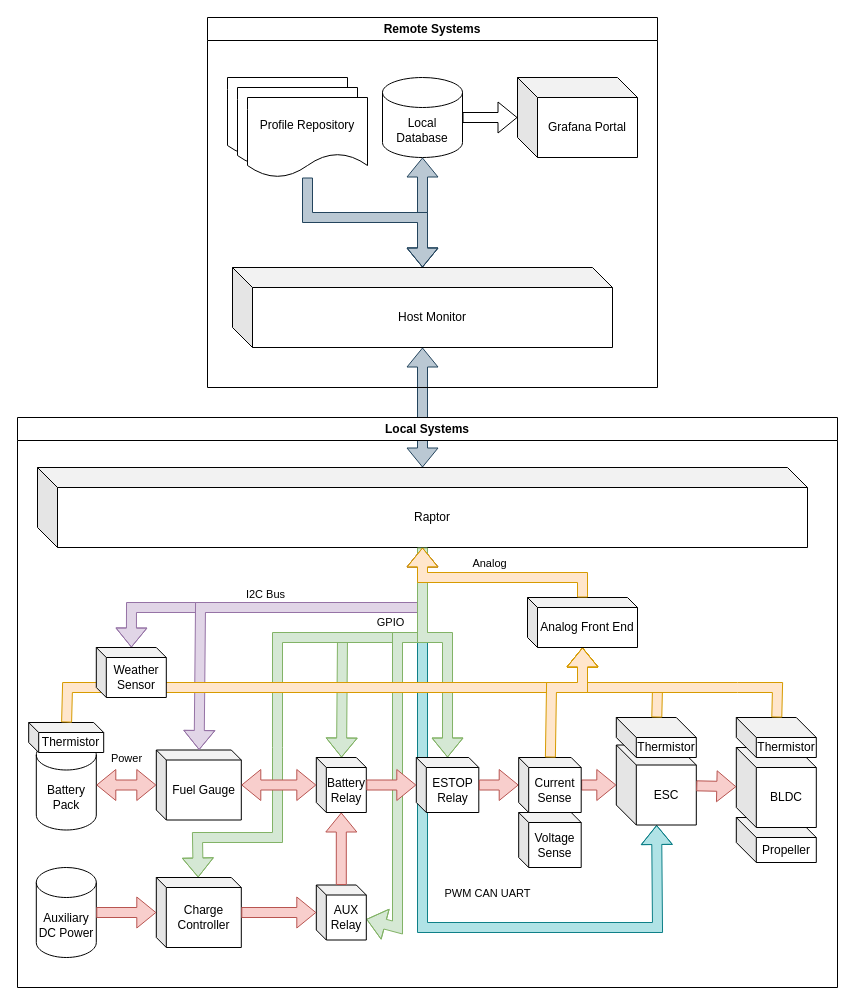
The draw.io diagram page "ページ2" (2 of 2) of raptor/v1/Topology.drawio in dronectl/ddd, before the edit. Source tidied: cells renumbered, new cells numbered last; positions are measured from the earlier drawing's top-left corner, leaving out a move shared by most shapes. Both pictures are drawn from the tidied source at 100%, with x=0, y=0 at pixel (17, 17).
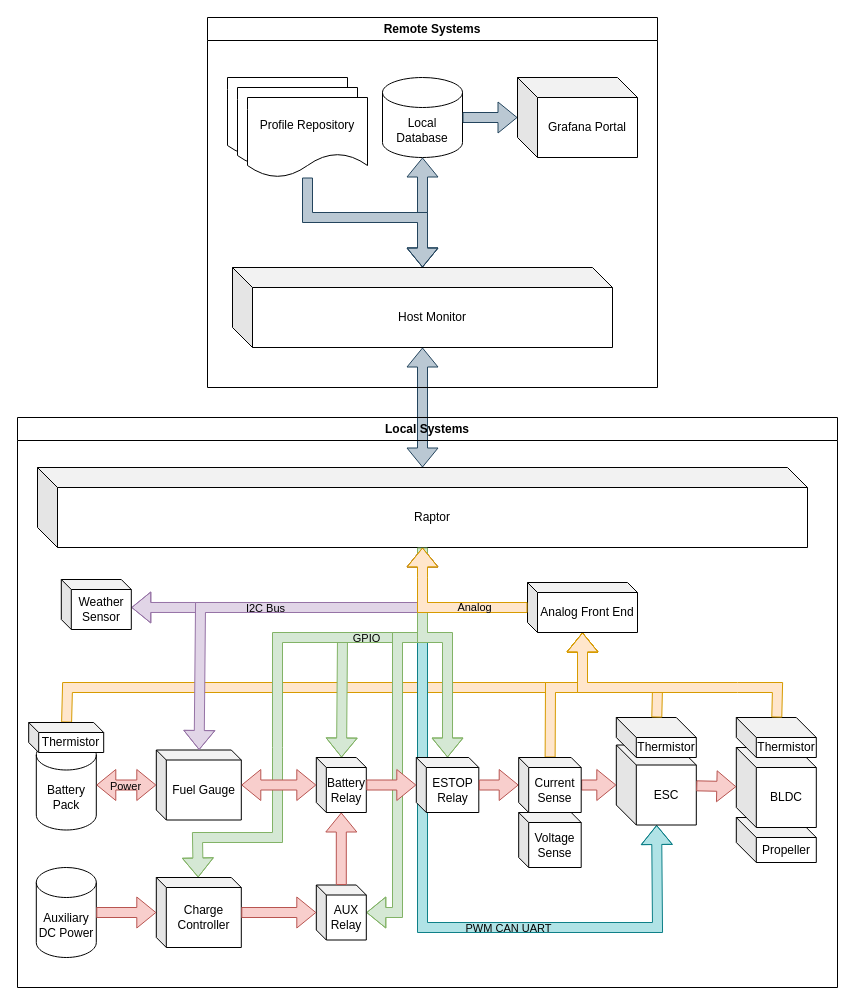
Above is the later version.

The change refers to these unchanged cells:
```xml
<mxCell id="6" style="shape=flexArrow;endArrow=classic;html=1;rounded=0;fillColor=#d5e8d4;strokeColor=#82b366;" parent="3" edge="1" source="10" target="16">
  <mxGeometry relative="1" as="geometry">
    <Array as="points">
      <mxPoint x="405" y="220" />
      <mxPoint x="260" y="220" />
      <mxPoint x="260" y="330" />
      <mxPoint x="260" y="420" />
      <mxPoint x="180" y="420" />
    </Array>
  </mxGeometry>
</mxCell>
<mxCell id="10" value="Raptor" style="shape=cube;whiteSpace=wrap;html=1;boundedLbl=1;backgroundOutline=1;darkOpacity=0.05;darkOpacity2=0.1;" parent="3" vertex="1">
  <mxGeometry x="20" y="50" width="770" height="80" as="geometry" />
</mxCell>
<mxCell id="19" value="AUX&lt;br&gt;Relay" style="shape=cube;whiteSpace=wrap;html=1;boundedLbl=1;backgroundOutline=1;darkOpacity=0.05;darkOpacity2=0.1;size=10;" parent="3" vertex="1">
  <mxGeometry x="298.8" y="467.5" width="50" height="55" as="geometry" />
</mxCell>
<mxCell id="20" value="Thermistor" style="shape=cube;whiteSpace=wrap;html=1;boundedLbl=1;backgroundOutline=1;darkOpacity=0.05;darkOpacity2=0.1;size=10;" parent="3" vertex="1">
  <mxGeometry x="11.2" y="305" width="75" height="30" as="geometry" />
</mxCell>
<mxCell id="32" style="shape=flexArrow;endArrow=classic;startArrow=classic;html=1;rounded=0;fillColor=#e1d5e7;strokeColor=#9673a6;" parent="3" edge="1" source="17" target="10">
  <mxGeometry relative="1" as="geometry">
    <Array as="points">
      <mxPoint x="183" y="190" />
      <mxPoint x="405" y="190" />
    </Array>
  </mxGeometry>
</mxCell>
<mxCell id="41" value="Current Sense" style="shape=cube;whiteSpace=wrap;html=1;boundedLbl=1;backgroundOutline=1;darkOpacity=0.05;darkOpacity2=0.1;size=10;" parent="3" vertex="1">
  <mxGeometry x="501.2" y="340" width="62.5" height="55" as="geometry" />
</mxCell>
<mxCell id="48" value="Remote Systems" style="swimlane;whiteSpace=wrap;html=1;" parent="1" vertex="1">
  <mxGeometry x="190" width="450" height="370" as="geometry" />
</mxCell>
<mxCell id="50" value="Local&lt;br&gt;Database" style="shape=cylinder3;whiteSpace=wrap;html=1;boundedLbl=1;backgroundOutline=1;size=15;" parent="48" vertex="1">
  <mxGeometry x="175" y="60" width="80" height="80" as="geometry" />
</mxCell>
<mxCell id="51" value="Grafana Portal" style="shape=cube;whiteSpace=wrap;html=1;boundedLbl=1;backgroundOutline=1;darkOpacity=0.05;darkOpacity2=0.1;" parent="48" vertex="1">
  <mxGeometry x="310" y="60" width="120" height="80" as="geometry" />
</mxCell>
```

What changed in the source:
```diff
@@
-    <mxCell id="3" value="Local Systems" style="swimlane;whiteSpace=wrap;html=1;" parent="1" vertex="1">
+    <mxCell id="3" value="Local Systems" style="swimlane;whiteSpace=wrap;html=1;fillColor=none;" parent="1" vertex="1">
       <mxGeometry y="400" width="820" height="570" as="geometry" />
     </mxCell>
+    <mxCell id="37" style="shape=flexArrow;endArrow=classic;html=1;rounded=0;fillColor=#ffe6cc;strokeColor=#d79b00;" parent="3" edge="1" source="20" target="30">
+      <mxGeometry relative="1" as="geometry">
+        <Array as="points">
+          <mxPoint x="50" y="270" />
+          <mxPoint x="565" y="270" />
+        </Array>
+      </mxGeometry>
+    </mxCell>
+    <mxCell id="42" style="shape=flexArrow;endArrow=classic;html=1;rounded=0;fillColor=#ffe6cc;strokeColor=#d79b00;" parent="3" edge="1" source="41" target="30">
+      <mxGeometry relative="1" as="geometry">
+        <Array as="points">
+          <mxPoint x="533" y="270" />
+          <mxPoint x="565" y="270" />
+        </Array>
+      </mxGeometry>
+    </mxCell>
@@
-    <mxCell id="7" value="GPIO" style="edgeLabel;html=1;align=center;verticalAlign=middle;" parent="6" vertex="1">
+    <mxCell id="7" value="GPIO" style="edgeLabel;html=1;align=center;verticalAlign=middle;labelBackgroundColor=none;" parent="6" vertex="1">
       <mxGeometry x="-0.55" y="2" relative="1" as="geometry">
-        <mxPoint x="2" y="-18" as="offset" />
+        <mxPoint x="-22" y="-2" as="offset" />
       </mxGeometry>
     </mxCell>
     <mxCell id="8" style="shape=flexArrow;endArrow=classic;html=1;rounded=0;fillColor=#d5e8d4;strokeColor=#82b366;" parent="3" edge="1" source="10" target="19">
       <mxGeometry relative="1" as="geometry">
         <Array as="points">
           <mxPoint x="405" y="220" />
           <mxPoint x="380" y="220" />
-          <mxPoint x="380" y="510" />
+          <mxPoint x="380" y="495" />
         </Array>
       </mxGeometry>
     </mxCell>
@@
     <mxCell id="30" value="Analog Front End" style="shape=cube;whiteSpace=wrap;html=1;boundedLbl=1;backgroundOutline=1;darkOpacity=0.05;darkOpacity2=0.1;size=10;" parent="3" vertex="1">
-      <mxGeometry x="510" y="180" width="110" height="50" as="geometry" />
+      <mxGeometry x="510" y="165" width="110" height="50" as="geometry" />
     </mxCell>
@@
-    <mxCell id="33" value="I2C Bus" style="edgeLabel;html=1;align=center;verticalAlign=middle;" parent="32" vertex="1">
+    <mxCell id="33" value="I2C Bus" style="edgeLabel;html=1;align=center;verticalAlign=middle;labelBackgroundColor=none;" parent="32" vertex="1">
       <mxGeometry y="-4" relative="1" as="geometry">
-        <mxPoint x="-5" y="-18" as="offset" />
+        <mxPoint x="-5" y="-4" as="offset" />
       </mxGeometry>
     </mxCell>
@@
-    <mxCell id="37" style="shape=flexArrow;endArrow=classic;html=1;rounded=0;fillColor=#ffe6cc;strokeColor=#d79b00;" parent="3" edge="1" source="20" target="30">
-      <mxGeometry relative="1" as="geometry">
-        <Array as="points">
-          <mxPoint x="50" y="270" />
-          <mxPoint x="565" y="270" />
-        </Array>
-      </mxGeometry>
-    </mxCell>
     <mxCell id="38" style="shape=flexArrow;endArrow=classic;html=1;rounded=0;fillColor=#ffe6cc;strokeColor=#d79b00;" parent="3" edge="1" source="30" target="10">
       <mxGeometry relative="1" as="geometry">
         <Array as="points">
-          <mxPoint x="565" y="160" />
+          <mxPoint x="405" y="190" />
           <mxPoint x="405" y="160" />
         </Array>
       </mxGeometry>
     </mxCell>
@@
-    <mxCell id="42" style="shape=flexArrow;endArrow=classic;html=1;rounded=0;fillColor=#ffe6cc;strokeColor=#d79b00;" parent="3" edge="1" source="41" target="30">
-      <mxGeometry relative="1" as="geometry">
-        <Array as="points">
-          <mxPoint x="534" y="270" />
-          <mxPoint x="565" y="270" />
-        </Array>
-      </mxGeometry>
-    </mxCell>
@@
-    <mxCell id="44" value="Analog" style="edgeLabel;html=1;align=center;verticalAlign=middle;" parent="3" vertex="1">
-      <mxGeometry x="471" y="145" as="geometry" />
+    <mxCell id="44" value="Analog" style="edgeLabel;html=1;align=center;verticalAlign=middle;labelBackgroundColor=none;" parent="3" vertex="1">
+      <mxGeometry x="454" y="177" as="geometry">
+        <mxPoint x="2" y="12" as="offset" />
+      </mxGeometry>
     </mxCell>
-    <mxCell id="45" value="Power" style="edgeLabel;html=1;align=center;verticalAlign=middle;" parent="3" vertex="1">
-      <mxGeometry x="108.8" y="340" as="geometry" />
+    <mxCell id="45" value="Power" style="edgeLabel;html=1;align=center;verticalAlign=middle;labelBackgroundColor=none;" parent="3" vertex="1">
+      <mxGeometry x="113.8" y="340" as="geometry">
+        <mxPoint x="-6" y="28" as="offset" />
+      </mxGeometry>
     </mxCell>
-    <mxCell id="46" value="PWM CAN UART" style="edgeLabel;html=1;align=center;verticalAlign=middle;" parent="3" vertex="1">
-      <mxGeometry x="469.8" y="475" as="geometry" />
+    <mxCell id="46" value="PWM CAN UART" style="edgeLabel;html=1;align=center;verticalAlign=middle;labelBackgroundColor=none;" parent="3" vertex="1">
+      <mxGeometry x="490" y="510" as="geometry" />
     </mxCell>
     <mxCell id="47" value="Weather Sensor" style="shape=cube;whiteSpace=wrap;html=1;boundedLbl=1;backgroundOutline=1;darkOpacity=0.05;darkOpacity2=0.1;size=10;" parent="3" vertex="1">
-      <mxGeometry x="78.8" y="230" width="70" height="50" as="geometry" />
+      <mxGeometry x="43.8" y="162" width="70" height="50" as="geometry" />
     </mxCell>
@@
-    <mxCell id="57" style="shape=flexArrow;endArrow=classic;html=1;rounded=0;" parent="48" edge="1" source="50" target="51">
+    <mxCell id="57" style="shape=flexArrow;endArrow=classic;html=1;rounded=0;fillColor=#bac8d3;strokeColor=#23445d;" parent="48" edge="1" source="50" target="51">
       <mxGeometry relative="1" as="geometry" />
     </mxCell>
```
